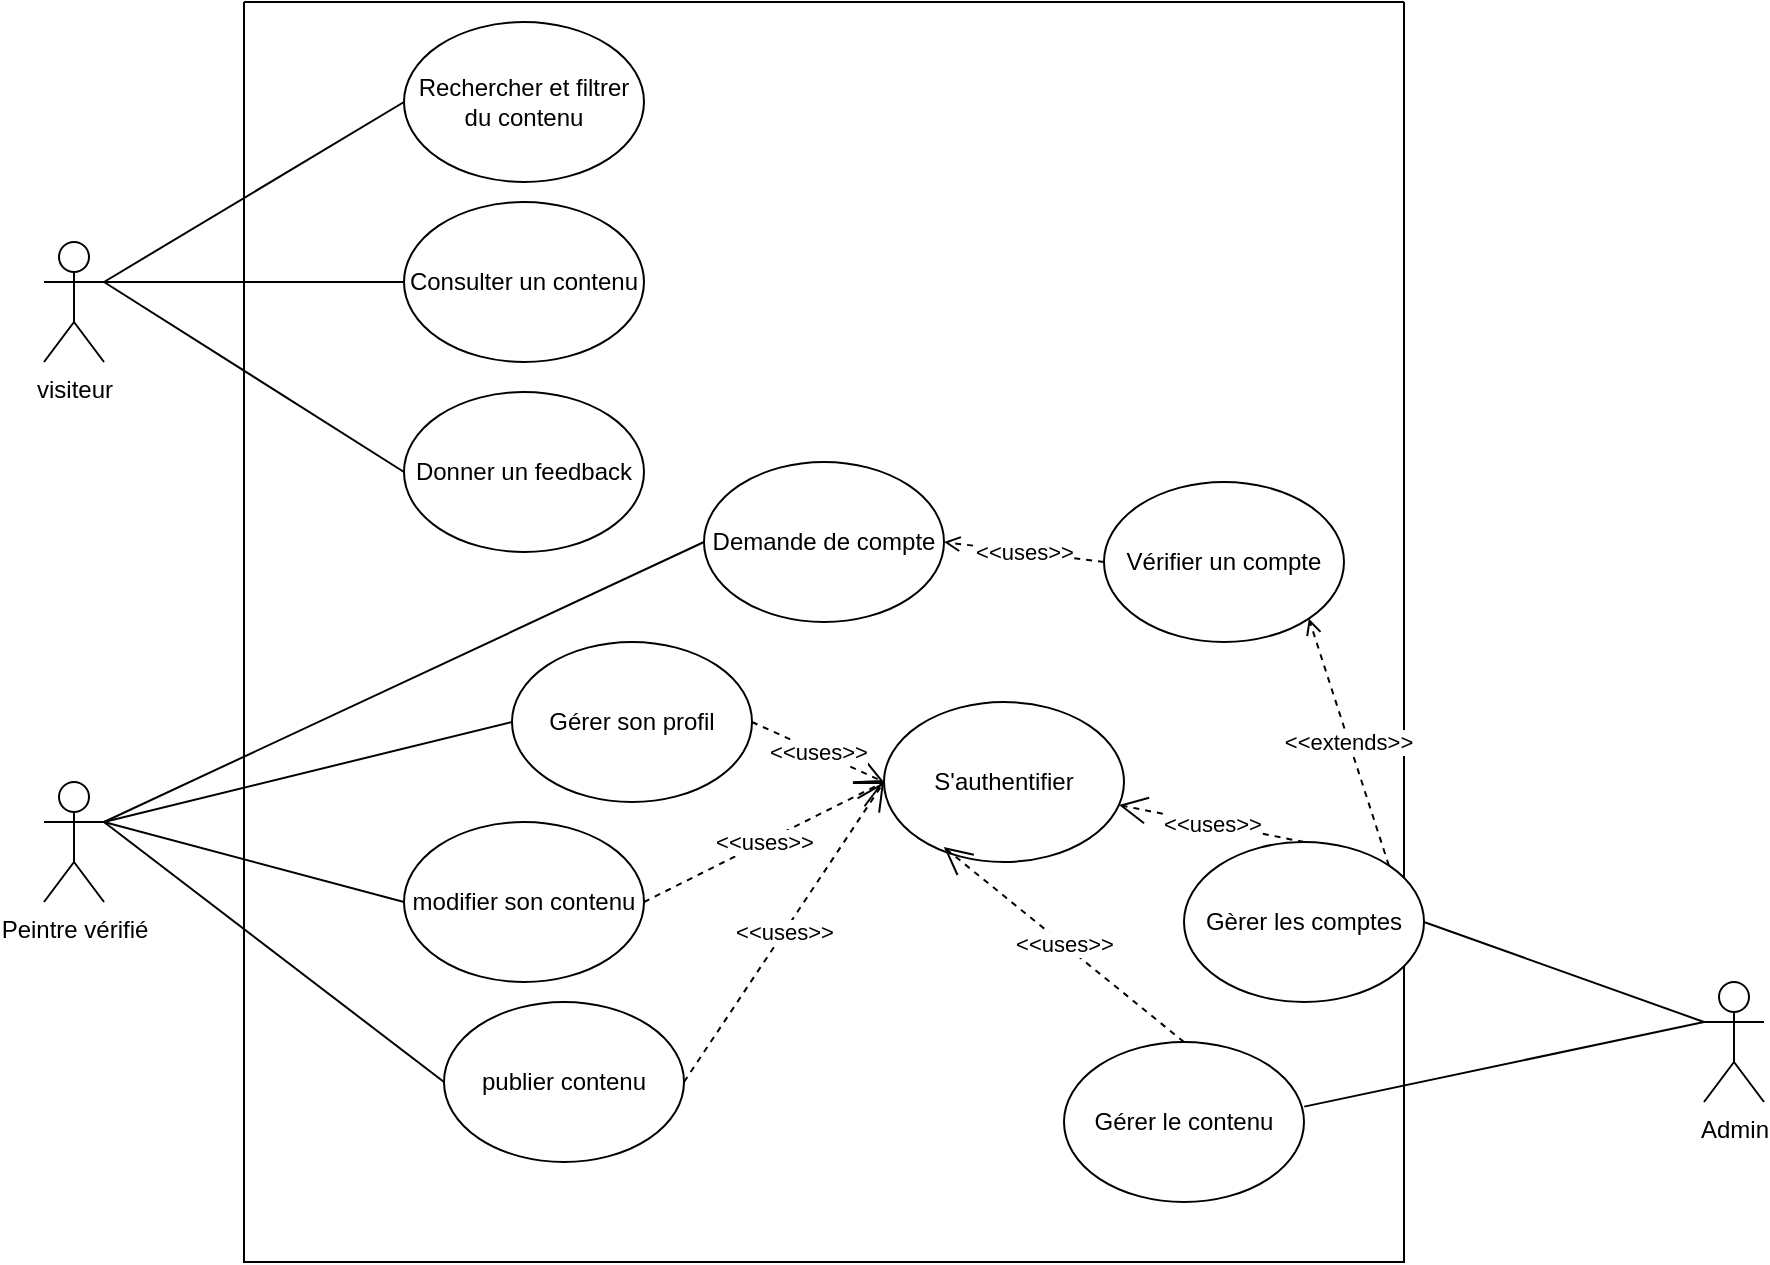
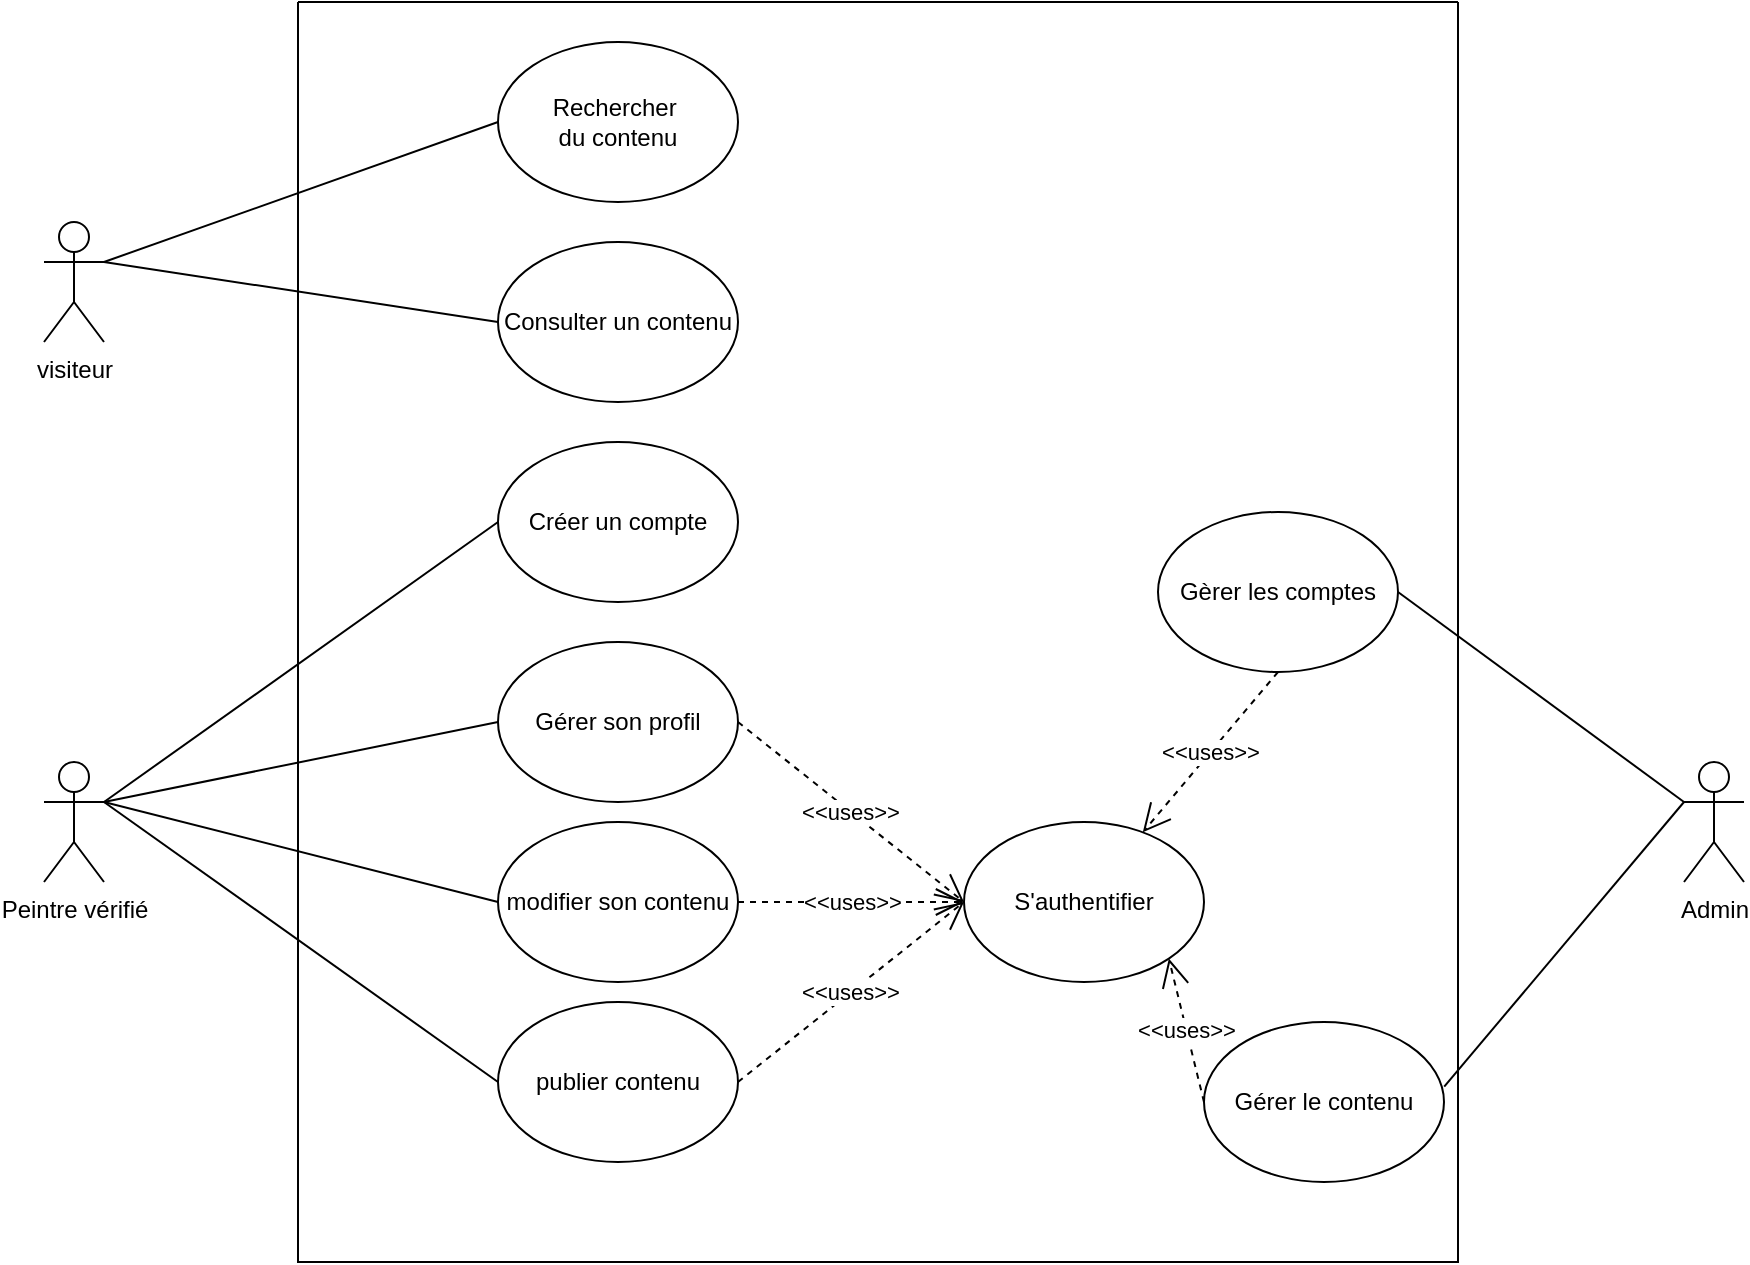
<mxfile host="65bd71144e">
    <diagram name="Page-1" id="cRSppUrpwA8UbmEjQ86G">
-         <mxGraphModel dx="786" dy="584" grid="1" gridSize="10" guides="1" tooltips="1" connect="1" arrows="1" fold="1" page="1" pageScale="1" pageWidth="827" pageHeight="1169" math="0" shadow="0">
+         <mxGraphModel dx="1086" dy="540" grid="1" gridSize="10" guides="1" tooltips="1" connect="1" arrows="1" fold="1" page="1" pageScale="1" pageWidth="827" pageHeight="1169" background="#ffffff" math="0" shadow="0">
            <root>
                <mxCell id="0"/>
                <mxCell id="1" parent="0"/>
                <mxCell id="8w1Z07bB8Bl9060AQbMN-26" value="" style="swimlane;startSize=0;" parent="1" vertex="1">
-                     <mxGeometry x="220" y="290" width="580" height="630" as="geometry"/>
+                     <mxGeometry x="247" y="300" width="580" height="630" as="geometry"/>
                </mxCell>
-                 <mxCell id="8w1Z07bB8Bl9060AQbMN-32" value="Rechercher et filtrer&lt;div&gt;du contenu&lt;/div&gt;" style="ellipse;whiteSpace=wrap;html=1;" parent="8w1Z07bB8Bl9060AQbMN-26" vertex="1">
-                     <mxGeometry x="80" y="10" width="120" height="80" as="geometry"/>
+                 <mxCell id="8w1Z07bB8Bl9060AQbMN-32" value="Rechercher&amp;nbsp;&lt;div&gt;du contenu&lt;/div&gt;" style="ellipse;whiteSpace=wrap;html=1;" parent="8w1Z07bB8Bl9060AQbMN-26" vertex="1">
+                     <mxGeometry x="100" y="20" width="120" height="80" as="geometry"/>
                </mxCell>
                <mxCell id="8w1Z07bB8Bl9060AQbMN-8" value="Consulter un contenu" style="ellipse;whiteSpace=wrap;html=1;" parent="8w1Z07bB8Bl9060AQbMN-26" vertex="1">
-                     <mxGeometry x="80" y="100" width="120" height="80" as="geometry"/>
+                     <mxGeometry x="100" y="120" width="120" height="80" as="geometry"/>
                </mxCell>
                <mxCell id="8w1Z07bB8Bl9060AQbMN-5" value="Gérer son profil" style="ellipse;whiteSpace=wrap;html=1;" parent="8w1Z07bB8Bl9060AQbMN-26" vertex="1">
-                     <mxGeometry x="134" y="320" width="120" height="80" as="geometry"/>
+                     <mxGeometry x="100" y="320" width="120" height="80" as="geometry"/>
                </mxCell>
                <mxCell id="8w1Z07bB8Bl9060AQbMN-4" value="publier contenu" style="ellipse;whiteSpace=wrap;html=1;" parent="8w1Z07bB8Bl9060AQbMN-26" vertex="1">
                    <mxGeometry x="100" y="500" width="120" height="80" as="geometry"/>
                </mxCell>
                <mxCell id="8w1Z07bB8Bl9060AQbMN-1" value="S&#39;authentifier" style="ellipse;whiteSpace=wrap;html=1;" parent="8w1Z07bB8Bl9060AQbMN-26" vertex="1">
-                     <mxGeometry x="320" y="350" width="120" height="80" as="geometry"/>
+                     <mxGeometry x="333" y="410" width="120" height="80" as="geometry"/>
                </mxCell>
                <mxCell id="8w1Z07bB8Bl9060AQbMN-7" value="modifier son contenu" style="ellipse;whiteSpace=wrap;html=1;" parent="8w1Z07bB8Bl9060AQbMN-26" vertex="1">
-                     <mxGeometry x="80" y="410" width="120" height="80" as="geometry"/>
+                     <mxGeometry x="100" y="410" width="120" height="80" as="geometry"/>
                </mxCell>
                <mxCell id="8w1Z07bB8Bl9060AQbMN-41" value="&lt;span style=&quot;color: rgb(0, 0, 0);&quot;&gt;&amp;lt;&amp;lt;uses&amp;gt;&amp;gt;&lt;/span&gt;" style="endArrow=open;endSize=12;dashed=1;html=1;rounded=0;exitX=1;exitY=0.5;exitDx=0;exitDy=0;entryX=0;entryY=0.5;entryDx=0;entryDy=0;" parent="8w1Z07bB8Bl9060AQbMN-26" source="8w1Z07bB8Bl9060AQbMN-4" target="8w1Z07bB8Bl9060AQbMN-1" edge="1">
                    <mxGeometry width="160" relative="1" as="geometry">
                        <mxPoint x="440" y="310" as="sourcePoint"/>
                        <mxPoint x="600" y="310" as="targetPoint"/>
                    </mxGeometry>
                </mxCell>
                <mxCell id="8w1Z07bB8Bl9060AQbMN-43" value="&lt;span style=&quot;color: rgb(0, 0, 0);&quot;&gt;&amp;lt;&amp;lt;uses&amp;gt;&amp;gt;&lt;/span&gt;" style="endArrow=open;endSize=12;dashed=1;html=1;rounded=0;exitX=1;exitY=0.5;exitDx=0;exitDy=0;entryX=0;entryY=0.5;entryDx=0;entryDy=0;" parent="8w1Z07bB8Bl9060AQbMN-26" source="8w1Z07bB8Bl9060AQbMN-5" target="8w1Z07bB8Bl9060AQbMN-1" edge="1">
                    <mxGeometry width="160" relative="1" as="geometry">
                        <mxPoint x="390" y="220" as="sourcePoint"/>
                        <mxPoint x="550" y="220" as="targetPoint"/>
                    </mxGeometry>
                </mxCell>
                <mxCell id="8w1Z07bB8Bl9060AQbMN-10" value="Gèrer les comptes" style="ellipse;whiteSpace=wrap;html=1;" parent="8w1Z07bB8Bl9060AQbMN-26" vertex="1">
-                     <mxGeometry x="470" y="420" width="120" height="80" as="geometry"/>
+                     <mxGeometry x="430" y="255" width="120" height="80" as="geometry"/>
                </mxCell>
                <mxCell id="8w1Z07bB8Bl9060AQbMN-12" value="Gérer le contenu" style="ellipse;whiteSpace=wrap;html=1;" parent="8w1Z07bB8Bl9060AQbMN-26" vertex="1">
-                     <mxGeometry x="410" y="520" width="120" height="80" as="geometry"/>
+                     <mxGeometry x="453" y="510" width="120" height="80" as="geometry"/>
                </mxCell>
                <mxCell id="8w1Z07bB8Bl9060AQbMN-54" value="&lt;span style=&quot;color: rgb(0, 0, 0);&quot;&gt;&amp;lt;&amp;lt;uses&amp;gt;&amp;gt;&lt;/span&gt;" style="endArrow=open;endSize=12;dashed=1;html=1;rounded=0;exitX=1;exitY=0.5;exitDx=0;exitDy=0;entryX=0;entryY=0.5;entryDx=0;entryDy=0;" parent="8w1Z07bB8Bl9060AQbMN-26" source="8w1Z07bB8Bl9060AQbMN-7" target="8w1Z07bB8Bl9060AQbMN-1" edge="1">
                    <mxGeometry width="160" relative="1" as="geometry">
                        <mxPoint x="450" y="460" as="sourcePoint"/>
                        <mxPoint x="660" y="510" as="targetPoint"/>
                    </mxGeometry>
                </mxCell>
-                 <mxCell id="8w1Z07bB8Bl9060AQbMN-70" value="&lt;span style=&quot;color: rgb(0, 0, 0);&quot;&gt;&amp;lt;&amp;lt;uses&amp;gt;&amp;gt;&lt;/span&gt;" style="endArrow=open;endSize=12;dashed=1;html=1;rounded=0;exitX=0.5;exitY=0;exitDx=0;exitDy=0;" parent="8w1Z07bB8Bl9060AQbMN-26" source="8w1Z07bB8Bl9060AQbMN-10" target="8w1Z07bB8Bl9060AQbMN-1" edge="1">
+                 <mxCell id="8w1Z07bB8Bl9060AQbMN-70" value="&lt;span style=&quot;color: rgb(0, 0, 0);&quot;&gt;&amp;lt;&amp;lt;uses&amp;gt;&amp;gt;&lt;/span&gt;" style="endArrow=open;endSize=12;dashed=1;html=1;rounded=0;exitX=0.5;exitY=1;exitDx=0;exitDy=0;" parent="8w1Z07bB8Bl9060AQbMN-26" source="8w1Z07bB8Bl9060AQbMN-10" target="8w1Z07bB8Bl9060AQbMN-1" edge="1">
                    <mxGeometry width="160" relative="1" as="geometry">
                        <mxPoint x="300" y="730" as="sourcePoint"/>
                        <mxPoint x="470" y="570" as="targetPoint"/>
                    </mxGeometry>
                </mxCell>
-                 <mxCell id="8w1Z07bB8Bl9060AQbMN-71" value="&lt;span style=&quot;color: rgb(0, 0, 0);&quot;&gt;&amp;lt;&amp;lt;uses&amp;gt;&amp;gt;&lt;/span&gt;" style="endArrow=open;endSize=12;dashed=1;html=1;rounded=0;exitX=0.5;exitY=0;exitDx=0;exitDy=0;entryX=0.249;entryY=0.907;entryDx=0;entryDy=0;entryPerimeter=0;" parent="8w1Z07bB8Bl9060AQbMN-26" source="8w1Z07bB8Bl9060AQbMN-12" target="8w1Z07bB8Bl9060AQbMN-1" edge="1">
+                 <mxCell id="8w1Z07bB8Bl9060AQbMN-71" value="&lt;span style=&quot;color: rgb(0, 0, 0);&quot;&gt;&amp;lt;&amp;lt;uses&amp;gt;&amp;gt;&lt;/span&gt;" style="endArrow=open;endSize=12;dashed=1;html=1;rounded=0;exitX=0;exitY=0.5;exitDx=0;exitDy=0;entryX=1;entryY=1;entryDx=0;entryDy=0;" parent="8w1Z07bB8Bl9060AQbMN-26" source="8w1Z07bB8Bl9060AQbMN-12" target="8w1Z07bB8Bl9060AQbMN-1" edge="1">
                    <mxGeometry width="160" relative="1" as="geometry">
                        <mxPoint x="200" y="720" as="sourcePoint"/>
                        <mxPoint x="370" y="560" as="targetPoint"/>
                    </mxGeometry>
                </mxCell>
-                 <mxCell id="2" value="" style="endArrow=none;html=1;rounded=0;entryX=0;entryY=0.5;entryDx=0;entryDy=0;" parent="8w1Z07bB8Bl9060AQbMN-26" target="3" edge="1">
-                     <mxGeometry width="50" height="50" relative="1" as="geometry">
-                         <mxPoint x="-70" y="140" as="sourcePoint"/>
-                         <mxPoint x="110" y="200" as="targetPoint"/>
-                     </mxGeometry>
-                 </mxCell>
-                 <mxCell id="3" value="Donner un feedback" style="ellipse;whiteSpace=wrap;html=1;" parent="8w1Z07bB8Bl9060AQbMN-26" vertex="1">
-                     <mxGeometry x="80" y="195" width="120" height="80" as="geometry"/>
-                 </mxCell>
-                 <mxCell id="5" value="Demande de compte" style="ellipse;whiteSpace=wrap;html=1;" parent="8w1Z07bB8Bl9060AQbMN-26" vertex="1">
-                     <mxGeometry x="230" y="230" width="120" height="80" as="geometry"/>
-                 </mxCell>
-                 <mxCell id="8" value="Vérifier un compte" style="ellipse;whiteSpace=wrap;html=1;" parent="8w1Z07bB8Bl9060AQbMN-26" vertex="1">
-                     <mxGeometry x="430" y="240" width="120" height="80" as="geometry"/>
-                 </mxCell>
-                 <mxCell id="10" value="&amp;lt;&amp;lt;uses&amp;gt;&amp;gt;" style="edgeStyle=none;html=1;exitX=0;exitY=0.5;exitDx=0;exitDy=0;dashed=1;endArrow=open;endFill=0;entryX=1;entryY=0.5;entryDx=0;entryDy=0;" parent="8w1Z07bB8Bl9060AQbMN-26" source="8" target="5" edge="1">
-                     <mxGeometry relative="1" as="geometry">
-                         <mxPoint x="379.62585365853647" y="59.78575358906869" as="sourcePoint"/>
-                         <mxPoint x="379.62585365853647" y="188.7857535890687" as="targetPoint"/>
-                     </mxGeometry>
-                 </mxCell>
-                 <mxCell id="11" value="&amp;lt;&amp;lt;extends&amp;gt;&amp;gt;" style="edgeStyle=none;html=1;exitX=1;exitY=0;exitDx=0;exitDy=0;dashed=1;endArrow=open;endFill=0;entryX=1;entryY=1;entryDx=0;entryDy=0;" parent="8w1Z07bB8Bl9060AQbMN-26" source="8w1Z07bB8Bl9060AQbMN-10" target="8" edge="1">
-                     <mxGeometry relative="1" as="geometry">
-                         <mxPoint x="449.99579938784893" y="100" as="sourcePoint"/>
-                         <mxPoint x="370.4558536585365" y="219.78575358906872" as="targetPoint"/>
-                     </mxGeometry>
+                 <mxCell id="5" value="Créer un compte" style="ellipse;whiteSpace=wrap;html=1;" parent="8w1Z07bB8Bl9060AQbMN-26" vertex="1">
+                     <mxGeometry x="100" y="220" width="120" height="80" as="geometry"/>
                </mxCell>
                <mxCell id="8w1Z07bB8Bl9060AQbMN-27" value="Peintre vérifié" style="shape=umlActor;verticalLabelPosition=bottom;verticalAlign=top;html=1;outlineConnect=0;" parent="1" vertex="1">
                    <mxGeometry x="120" y="680" width="30" height="60" as="geometry"/>
                </mxCell>
                <mxCell id="8w1Z07bB8Bl9060AQbMN-28" value="visiteur" style="shape=umlActor;verticalLabelPosition=bottom;verticalAlign=top;html=1;outlineConnect=0;" parent="1" vertex="1">
                    <mxGeometry x="120" y="410" width="30" height="60" as="geometry"/>
                </mxCell>
                <mxCell id="8w1Z07bB8Bl9060AQbMN-29" value="Admin" style="shape=umlActor;verticalLabelPosition=bottom;verticalAlign=top;html=1;outlineConnect=0;" parent="1" vertex="1">
-                     <mxGeometry x="950" y="780" width="30" height="60" as="geometry"/>
+                     <mxGeometry x="940" y="680" width="30" height="60" as="geometry"/>
                </mxCell>
                <mxCell id="8w1Z07bB8Bl9060AQbMN-34" value="" style="endArrow=none;html=1;rounded=0;entryX=0;entryY=0.5;entryDx=0;entryDy=0;exitX=1;exitY=0.3333333333333333;exitDx=0;exitDy=0;exitPerimeter=0;" parent="1" source="8w1Z07bB8Bl9060AQbMN-28" target="8w1Z07bB8Bl9060AQbMN-8" edge="1">
                    <mxGeometry width="50" height="50" relative="1" as="geometry">
                        <mxPoint x="260" y="510" as="sourcePoint"/>
                        <mxPoint x="310" y="460" as="targetPoint"/>
                    </mxGeometry>
                </mxCell>
                <mxCell id="8w1Z07bB8Bl9060AQbMN-35" value="" style="endArrow=none;html=1;rounded=0;entryX=0;entryY=0.5;entryDx=0;entryDy=0;exitX=1;exitY=0.3333333333333333;exitDx=0;exitDy=0;exitPerimeter=0;" parent="1" source="8w1Z07bB8Bl9060AQbMN-28" target="8w1Z07bB8Bl9060AQbMN-32" edge="1">
                    <mxGeometry width="50" height="50" relative="1" as="geometry">
                        <mxPoint x="720" y="630" as="sourcePoint"/>
                        <mxPoint x="770" y="580" as="targetPoint"/>
                    </mxGeometry>
                </mxCell>
                <mxCell id="8w1Z07bB8Bl9060AQbMN-37" value="" style="endArrow=none;html=1;rounded=0;exitX=0;exitY=0.5;exitDx=0;exitDy=0;entryX=1;entryY=0.3333333333333333;entryDx=0;entryDy=0;entryPerimeter=0;" parent="1" source="8w1Z07bB8Bl9060AQbMN-5" target="8w1Z07bB8Bl9060AQbMN-27" edge="1">
                    <mxGeometry width="50" height="50" relative="1" as="geometry">
                        <mxPoint x="720" y="630" as="sourcePoint"/>
                        <mxPoint x="770" y="580" as="targetPoint"/>
                    </mxGeometry>
                </mxCell>
                <mxCell id="8w1Z07bB8Bl9060AQbMN-39" value="" style="endArrow=none;html=1;rounded=0;exitX=0;exitY=0.5;exitDx=0;exitDy=0;entryX=1;entryY=0.3333333333333333;entryDx=0;entryDy=0;entryPerimeter=0;" parent="1" source="8w1Z07bB8Bl9060AQbMN-7" target="8w1Z07bB8Bl9060AQbMN-27" edge="1">
                    <mxGeometry width="50" height="50" relative="1" as="geometry">
                        <mxPoint x="720" y="630" as="sourcePoint"/>
                        <mxPoint x="770" y="580" as="targetPoint"/>
                    </mxGeometry>
                </mxCell>
                <mxCell id="8w1Z07bB8Bl9060AQbMN-40" value="" style="endArrow=none;html=1;rounded=0;exitX=1;exitY=0.3333333333333333;exitDx=0;exitDy=0;exitPerimeter=0;entryX=0;entryY=0.5;entryDx=0;entryDy=0;" parent="1" source="8w1Z07bB8Bl9060AQbMN-27" target="8w1Z07bB8Bl9060AQbMN-4" edge="1">
                    <mxGeometry width="50" height="50" relative="1" as="geometry">
                        <mxPoint x="720" y="630" as="sourcePoint"/>
                        <mxPoint x="770" y="580" as="targetPoint"/>
                    </mxGeometry>
                </mxCell>
                <mxCell id="8w1Z07bB8Bl9060AQbMN-49" value="" style="endArrow=none;html=1;rounded=0;exitX=1.001;exitY=0.404;exitDx=0;exitDy=0;exitPerimeter=0;entryX=0;entryY=0.3333333333333333;entryDx=0;entryDy=0;entryPerimeter=0;" parent="1" source="8w1Z07bB8Bl9060AQbMN-12" target="8w1Z07bB8Bl9060AQbMN-29" edge="1">
                    <mxGeometry width="50" height="50" relative="1" as="geometry">
                        <mxPoint x="720" y="630" as="sourcePoint"/>
                        <mxPoint x="770" y="580" as="targetPoint"/>
                    </mxGeometry>
                </mxCell>
                <mxCell id="6" value="" style="endArrow=none;html=1;rounded=0;exitX=0;exitY=0.5;exitDx=0;exitDy=0;entryX=1;entryY=0.3333333333333333;entryDx=0;entryDy=0;entryPerimeter=0;" parent="1" source="5" target="8w1Z07bB8Bl9060AQbMN-27" edge="1">
                    <mxGeometry width="50" height="50" relative="1" as="geometry">
                        <mxPoint x="410" y="620" as="sourcePoint"/>
                        <mxPoint x="160" y="700" as="targetPoint"/>
                    </mxGeometry>
                </mxCell>
                <mxCell id="7" value="" style="endArrow=none;html=1;rounded=0;entryX=0;entryY=0.3333333333333333;entryDx=0;entryDy=0;entryPerimeter=0;exitX=1;exitY=0.5;exitDx=0;exitDy=0;" parent="1" source="8w1Z07bB8Bl9060AQbMN-10" target="8w1Z07bB8Bl9060AQbMN-29" edge="1">
                    <mxGeometry width="50" height="50" relative="1" as="geometry">
                        <mxPoint x="890" y="560" as="sourcePoint"/>
                        <mxPoint x="950" y="758" as="targetPoint"/>
                    </mxGeometry>
                </mxCell>
            </root>
        </mxGraphModel>
    </diagram>
</mxfile>